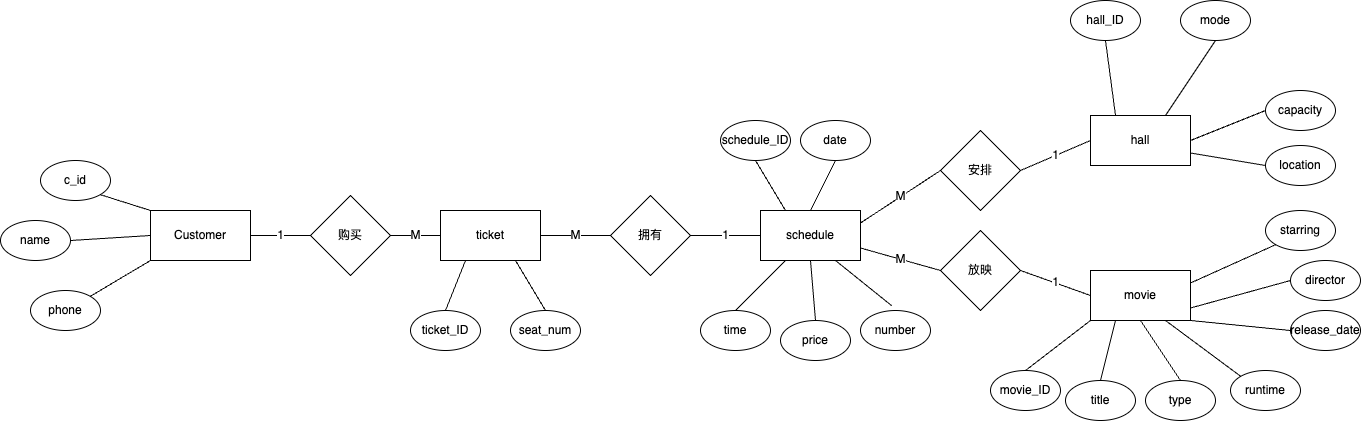
peijunbo/HUSTDB keeps this draw.io diagram as ersolution.png. Above is the earlier version. Source tidied: cells renumbered, new cells last; positions are measured from the earlier drawing's top-left corner, leaving out a move shared by most shapes. Its diagram source:
```xml
<mxGraphModel>
  <root>
    <mxCell id="0" />
    <mxCell id="1" parent="0" />
    <mxCell id="2" value="Customer" style="rounded=0;whiteSpace=wrap;html=1;" parent="1" vertex="1">
      <mxGeometry x="150" y="210" width="100" height="50" as="geometry" />
    </mxCell>
    <mxCell id="3" value="c_id" style="ellipse;whiteSpace=wrap;html=1;" parent="1" vertex="1">
      <mxGeometry x="40" y="160" width="70" height="40" as="geometry" />
    </mxCell>
    <mxCell id="4" value="name" style="ellipse;whiteSpace=wrap;html=1;" parent="1" vertex="1">
      <mxGeometry y="220" width="70" height="40" as="geometry" />
    </mxCell>
    <mxCell id="5" value="phone" style="ellipse;whiteSpace=wrap;html=1;" parent="1" vertex="1">
      <mxGeometry x="30" y="290" width="70" height="40" as="geometry" />
    </mxCell>
    <mxCell id="6" style="endArrow=none;html=1;rounded=0;exitX=1;exitY=1;exitDx=0;exitDy=0;entryX=0;entryY=0;entryDx=0;entryDy=0;" parent="1" edge="1" source="3" target="2">
      <mxGeometry relative="1" as="geometry" />
    </mxCell>
    <mxCell id="7" style="endArrow=none;html=1;rounded=0;exitX=1;exitY=0.5;exitDx=0;exitDy=0;entryX=0;entryY=0.5;entryDx=0;entryDy=0;" parent="1" edge="1" source="4" target="2">
      <mxGeometry relative="1" as="geometry" />
    </mxCell>
    <mxCell id="8" style="endArrow=none;html=1;rounded=0;exitX=1;exitY=0;exitDx=0;exitDy=0;entryX=0;entryY=1;entryDx=0;entryDy=0;" parent="1" edge="1" source="5" target="2">
      <mxGeometry relative="1" as="geometry" />
    </mxCell>
    <mxCell id="9" value="购买" style="rhombus;whiteSpace=wrap;html=1;" parent="1" vertex="1">
      <mxGeometry x="310" y="195" width="80" height="80" as="geometry" />
    </mxCell>
    <mxCell id="10" value="1" style="endArrow=none;html=1;rounded=0;exitX=1;exitY=0.5;exitDx=0;exitDy=0;entryX=0;entryY=0.5;entryDx=0;entryDy=0;" parent="1" edge="1" source="2" target="9">
      <mxGeometry relative="1" as="geometry" />
    </mxCell>
    <mxCell id="11" style="edgeStyle=none;shape=link;rounded=0;orthogonalLoop=1;jettySize=auto;html=1;exitX=1;exitY=1;exitDx=0;exitDy=0;" parent="1" edge="1" source="9" target="9">
      <mxGeometry relative="1" as="geometry" />
    </mxCell>
    <mxCell id="12" value="ticket" style="rounded=0;whiteSpace=wrap;html=1;" parent="1" vertex="1">
      <mxGeometry x="440" y="210" width="100" height="50" as="geometry" />
    </mxCell>
    <mxCell id="13" value="M" style="endArrow=none;html=1;rounded=0;exitX=1;exitY=0.5;exitDx=0;exitDy=0;entryX=0;entryY=0.5;entryDx=0;entryDy=0;" parent="1" edge="1" source="9" target="12">
      <mxGeometry relative="1" as="geometry" />
    </mxCell>
    <mxCell id="14" value="ticket_ID" style="ellipse;whiteSpace=wrap;html=1;" parent="1" vertex="1">
      <mxGeometry x="410" y="310" width="70" height="40" as="geometry" />
    </mxCell>
    <mxCell id="15" style="endArrow=none;html=1;rounded=0;entryX=0.25;entryY=1;entryDx=0;entryDy=0;exitX=0.5;exitY=0;exitDx=0;exitDy=0;" parent="1" edge="1" source="14" target="12">
      <mxGeometry relative="1" as="geometry" />
    </mxCell>
    <mxCell id="16" value="seat_num" style="ellipse;whiteSpace=wrap;html=1;" parent="1" vertex="1">
      <mxGeometry x="510" y="310" width="70" height="40" as="geometry" />
    </mxCell>
    <mxCell id="17" style="endArrow=none;html=1;rounded=0;entryX=0.75;entryY=1;entryDx=0;entryDy=0;exitX=0.5;exitY=0;exitDx=0;exitDy=0;" parent="1" edge="1" source="16" target="12">
      <mxGeometry relative="1" as="geometry" />
    </mxCell>
    <mxCell id="18" style="edgeStyle=none;rounded=0;orthogonalLoop=1;jettySize=auto;html=1;exitX=1;exitY=0.5;exitDx=0;exitDy=0;" parent="1" edge="1">
      <mxGeometry relative="1" as="geometry">
        <mxPoint x="480" y="150" as="sourcePoint" />
        <mxPoint x="480" y="150" as="targetPoint" />
      </mxGeometry>
    </mxCell>
    <mxCell id="19" value="拥有" style="rhombus;whiteSpace=wrap;html=1;" parent="1" vertex="1">
      <mxGeometry x="610" y="195" width="80" height="80" as="geometry" />
    </mxCell>
    <mxCell id="20" value="M" style="endArrow=none;html=1;rounded=0;entryX=0;entryY=0.5;entryDx=0;entryDy=0;exitX=1;exitY=0.5;exitDx=0;exitDy=0;" parent="1" edge="1" source="12" target="19">
      <mxGeometry relative="1" as="geometry" />
    </mxCell>
    <mxCell id="21" value="schedule" style="rounded=0;whiteSpace=wrap;html=1;" parent="1" vertex="1">
      <mxGeometry x="760" y="210" width="100" height="50" as="geometry" />
    </mxCell>
    <mxCell id="22" value="1" style="endArrow=none;html=1;rounded=0;entryX=0;entryY=0.5;entryDx=0;entryDy=0;exitX=1;exitY=0.5;exitDx=0;exitDy=0;" parent="1" edge="1" source="19" target="21">
      <mxGeometry relative="1" as="geometry" />
    </mxCell>
    <mxCell id="23" value="time" style="ellipse;whiteSpace=wrap;html=1;" parent="1" vertex="1">
      <mxGeometry x="700" y="310" width="70" height="40" as="geometry" />
    </mxCell>
    <mxCell id="24" value="price" style="ellipse;whiteSpace=wrap;html=1;" parent="1" vertex="1">
      <mxGeometry x="780" y="320" width="70" height="40" as="geometry" />
    </mxCell>
    <mxCell id="25" value="number" style="ellipse;whiteSpace=wrap;html=1;" parent="1" vertex="1">
      <mxGeometry x="860" y="310" width="70" height="40" as="geometry" />
    </mxCell>
    <mxCell id="26" value="date" style="ellipse;whiteSpace=wrap;html=1;" parent="1" vertex="1">
      <mxGeometry x="800" y="120" width="70" height="40" as="geometry" />
    </mxCell>
    <mxCell id="27" value="schedule_ID" style="ellipse;whiteSpace=wrap;html=1;" parent="1" vertex="1">
      <mxGeometry x="720" y="120" width="70" height="40" as="geometry" />
    </mxCell>
    <mxCell id="28" style="endArrow=none;html=1;rounded=0;entryX=0.5;entryY=1;entryDx=0;entryDy=0;exitX=0.25;exitY=0;exitDx=0;exitDy=0;" parent="1" edge="1" source="21" target="27">
      <mxGeometry relative="1" as="geometry" />
    </mxCell>
    <mxCell id="29" style="endArrow=none;html=1;rounded=0;entryX=0.5;entryY=0;entryDx=0;entryDy=0;exitX=0.5;exitY=1;exitDx=0;exitDy=0;" parent="1" edge="1" source="26" target="21">
      <mxGeometry relative="1" as="geometry" />
    </mxCell>
    <mxCell id="30" style="endArrow=none;html=1;rounded=0;entryX=0.25;entryY=1;entryDx=0;entryDy=0;exitX=0.5;exitY=0;exitDx=0;exitDy=0;" parent="1" edge="1" source="23" target="21">
      <mxGeometry relative="1" as="geometry" />
    </mxCell>
    <mxCell id="31" style="endArrow=none;html=1;rounded=0;entryX=0.5;entryY=1;entryDx=0;entryDy=0;exitX=0.5;exitY=0;exitDx=0;exitDy=0;" parent="1" edge="1" source="24" target="21">
      <mxGeometry relative="1" as="geometry" />
    </mxCell>
    <mxCell id="32" style="endArrow=none;html=1;rounded=0;entryX=0.75;entryY=1;entryDx=0;entryDy=0;exitX=0.445;exitY=-0.121;exitDx=0;exitDy=0;exitPerimeter=0;" parent="1" edge="1" source="25" target="21">
      <mxGeometry relative="1" as="geometry" />
    </mxCell>
    <mxCell id="33" value="hall" style="rounded=0;whiteSpace=wrap;html=1;" parent="1" vertex="1">
      <mxGeometry x="1090" y="115" width="100" height="50" as="geometry" />
    </mxCell>
    <mxCell id="34" value="movie" style="rounded=0;whiteSpace=wrap;html=1;" parent="1" vertex="1">
      <mxGeometry x="1090" y="270" width="100" height="50" as="geometry" />
    </mxCell>
    <mxCell id="35" value="放映" style="rhombus;whiteSpace=wrap;html=1;" parent="1" vertex="1">
      <mxGeometry x="940" y="230" width="80" height="80" as="geometry" />
    </mxCell>
    <mxCell id="36" value="M" style="endArrow=none;html=1;rounded=0;exitX=1;exitY=0.75;exitDx=0;exitDy=0;entryX=0;entryY=0.5;entryDx=0;entryDy=0;" parent="1" edge="1" source="21" target="35">
      <mxGeometry relative="1" as="geometry" />
    </mxCell>
    <mxCell id="37" value="1" style="endArrow=none;html=1;rounded=0;entryX=0;entryY=0.5;entryDx=0;entryDy=0;exitX=1;exitY=0.5;exitDx=0;exitDy=0;" parent="1" edge="1" source="35" target="34">
      <mxGeometry relative="1" as="geometry" />
    </mxCell>
    <mxCell id="38" value="安排" style="rhombus;whiteSpace=wrap;html=1;" parent="1" vertex="1">
      <mxGeometry x="940" y="130" width="80" height="80" as="geometry" />
    </mxCell>
    <mxCell id="39" value="M" style="endArrow=none;html=1;rounded=0;exitX=1;exitY=0.25;exitDx=0;exitDy=0;entryX=0;entryY=0.5;entryDx=0;entryDy=0;" parent="1" edge="1" source="21" target="38">
      <mxGeometry relative="1" as="geometry" />
    </mxCell>
    <mxCell id="40" value="1" style="endArrow=none;html=1;rounded=0;entryX=0;entryY=0.5;entryDx=0;entryDy=0;exitX=1;exitY=0.5;exitDx=0;exitDy=0;" parent="1" edge="1" source="38" target="33">
      <mxGeometry relative="1" as="geometry" />
    </mxCell>
    <mxCell id="41" value="hall_ID" style="ellipse;whiteSpace=wrap;html=1;" parent="1" vertex="1">
      <mxGeometry x="1070" width="70" height="40" as="geometry" />
    </mxCell>
    <mxCell id="42" style="endArrow=none;html=1;rounded=0;entryX=0.25;entryY=0;entryDx=0;entryDy=0;exitX=0.5;exitY=1;exitDx=0;exitDy=0;" parent="1" edge="1" source="41" target="33">
      <mxGeometry relative="1" as="geometry" />
    </mxCell>
    <mxCell id="43" value="mode" style="ellipse;whiteSpace=wrap;html=1;" parent="1" vertex="1">
      <mxGeometry x="1180" width="70" height="40" as="geometry" />
    </mxCell>
    <mxCell id="44" style="endArrow=none;html=1;rounded=0;entryX=0.75;entryY=0;entryDx=0;entryDy=0;exitX=0.5;exitY=1;exitDx=0;exitDy=0;" parent="1" edge="1" source="43" target="33">
      <mxGeometry relative="1" as="geometry" />
    </mxCell>
    <mxCell id="45" value="capacity" style="ellipse;whiteSpace=wrap;html=1;" parent="1" vertex="1">
      <mxGeometry x="1265" y="90" width="70" height="40" as="geometry" />
    </mxCell>
    <mxCell id="46" style="endArrow=none;html=1;rounded=0;entryX=1;entryY=0.5;entryDx=0;entryDy=0;exitX=0;exitY=0.5;exitDx=0;exitDy=0;" parent="1" edge="1" source="45" target="33">
      <mxGeometry relative="1" as="geometry" />
    </mxCell>
    <mxCell id="47" value="location" style="ellipse;whiteSpace=wrap;html=1;" parent="1" vertex="1">
      <mxGeometry x="1265" y="145" width="70" height="40" as="geometry" />
    </mxCell>
    <mxCell id="48" style="endArrow=none;html=1;rounded=0;entryX=1;entryY=0.75;entryDx=0;entryDy=0;exitX=0;exitY=0.5;exitDx=0;exitDy=0;" parent="1" edge="1" source="47" target="33">
      <mxGeometry relative="1" as="geometry" />
    </mxCell>
    <mxCell id="49" value="movie_ID" style="ellipse;whiteSpace=wrap;html=1;" parent="1" vertex="1">
      <mxGeometry x="990" y="370" width="70" height="40" as="geometry" />
    </mxCell>
    <mxCell id="50" style="endArrow=none;html=1;rounded=0;entryX=0;entryY=1;entryDx=0;entryDy=0;exitX=0.5;exitY=0;exitDx=0;exitDy=0;" parent="1" edge="1" source="49" target="34">
      <mxGeometry relative="1" as="geometry" />
    </mxCell>
    <mxCell id="51" value="starring" style="ellipse;whiteSpace=wrap;html=1;" parent="1" vertex="1">
      <mxGeometry x="1265" y="210" width="70" height="40" as="geometry" />
    </mxCell>
    <mxCell id="52" style="endArrow=none;html=1;rounded=0;entryX=1;entryY=0.25;entryDx=0;entryDy=0;exitX=0;exitY=1;exitDx=0;exitDy=0;" parent="1" edge="1" source="51" target="34">
      <mxGeometry relative="1" as="geometry" />
    </mxCell>
    <mxCell id="53" value="director" style="ellipse;whiteSpace=wrap;html=1;" parent="1" vertex="1">
      <mxGeometry x="1290" y="260" width="70" height="40" as="geometry" />
    </mxCell>
    <mxCell id="54" style="endArrow=none;html=1;rounded=0;entryX=1;entryY=0.75;entryDx=0;entryDy=0;exitX=0;exitY=0.5;exitDx=0;exitDy=0;" parent="1" edge="1" source="53" target="34">
      <mxGeometry relative="1" as="geometry" />
    </mxCell>
    <mxCell id="55" value="release_date" style="ellipse;whiteSpace=wrap;html=1;" parent="1" vertex="1">
      <mxGeometry x="1290" y="310" width="70" height="40" as="geometry" />
    </mxCell>
    <mxCell id="56" style="endArrow=none;html=1;rounded=0;entryX=1;entryY=1;entryDx=0;entryDy=0;exitX=0;exitY=0.5;exitDx=0;exitDy=0;" parent="1" edge="1" source="55" target="34">
      <mxGeometry relative="1" as="geometry" />
    </mxCell>
    <mxCell id="57" value="runtime" style="ellipse;whiteSpace=wrap;html=1;" parent="1" vertex="1">
      <mxGeometry x="1230" y="370" width="70" height="40" as="geometry" />
    </mxCell>
    <mxCell id="58" style="endArrow=none;html=1;rounded=0;entryX=0.75;entryY=1;entryDx=0;entryDy=0;exitX=0;exitY=0;exitDx=0;exitDy=0;" parent="1" edge="1" source="57" target="34">
      <mxGeometry relative="1" as="geometry" />
    </mxCell>
    <mxCell id="59" value="type" style="ellipse;whiteSpace=wrap;html=1;" parent="1" vertex="1">
      <mxGeometry x="1145" y="380" width="70" height="40" as="geometry" />
    </mxCell>
    <mxCell id="60" style="endArrow=none;html=1;rounded=0;entryX=0.5;entryY=1;entryDx=0;entryDy=0;exitX=0.5;exitY=0;exitDx=0;exitDy=0;" parent="1" edge="1" source="59" target="34">
      <mxGeometry relative="1" as="geometry" />
    </mxCell>
    <mxCell id="61" value="title" style="ellipse;whiteSpace=wrap;html=1;" parent="1" vertex="1">
      <mxGeometry x="1065" y="380" width="70" height="40" as="geometry" />
    </mxCell>
    <mxCell id="62" style="endArrow=none;html=1;rounded=0;entryX=0.25;entryY=1;entryDx=0;entryDy=0;exitX=0.5;exitY=0;exitDx=0;exitDy=0;" parent="1" edge="1" source="61" target="34">
      <mxGeometry relative="1" as="geometry" />
    </mxCell>
  </root>
</mxGraphModel>
```
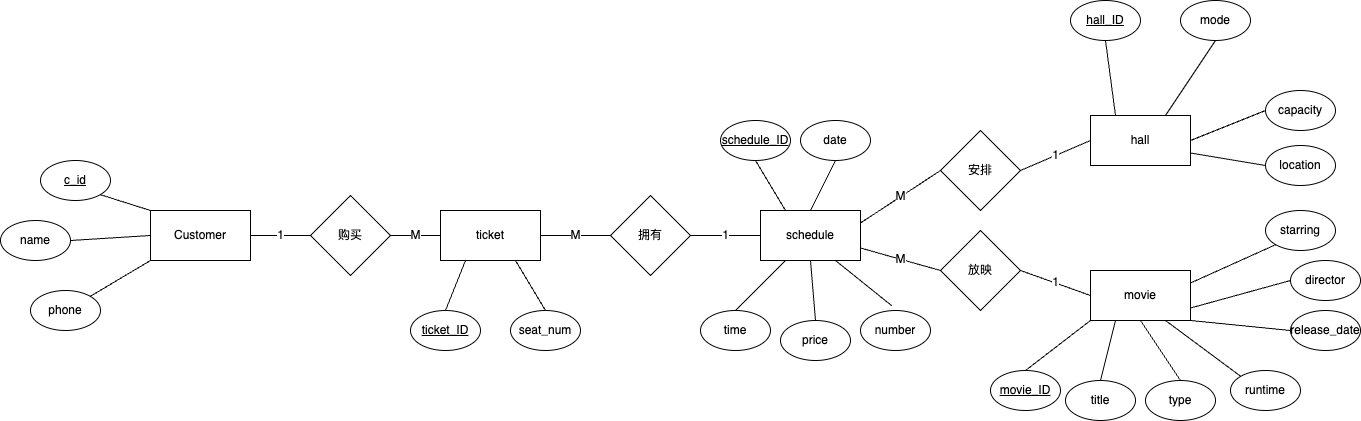
Above is the later version.

Change to the diagram source:
```diff
@@ -5,7 +5,7 @@
     <mxCell id="2" value="Customer" style="rounded=0;whiteSpace=wrap;html=1;" parent="1" vertex="1">
       <mxGeometry x="150" y="210" width="100" height="50" as="geometry" />
     </mxCell>
-    <mxCell id="3" value="c_id" style="ellipse;whiteSpace=wrap;html=1;" parent="1" vertex="1">
+    <mxCell id="3" value="&lt;u&gt;c_id&lt;/u&gt;" style="ellipse;whiteSpace=wrap;html=1;" parent="1" vertex="1">
       <mxGeometry x="40" y="160" width="70" height="40" as="geometry" />
     </mxCell>
     <mxCell id="4" value="name" style="ellipse;whiteSpace=wrap;html=1;" parent="1" vertex="1">
@@ -38,7 +38,7 @@
     <mxCell id="13" value="M" style="endArrow=none;html=1;rounded=0;exitX=1;exitY=0.5;exitDx=0;exitDy=0;entryX=0;entryY=0.5;entryDx=0;entryDy=0;" parent="1" edge="1" source="9" target="12">
       <mxGeometry relative="1" as="geometry" />
     </mxCell>
-    <mxCell id="14" value="ticket_ID" style="ellipse;whiteSpace=wrap;html=1;" parent="1" vertex="1">
+    <mxCell id="14" value="&lt;u&gt;ticket_ID&lt;/u&gt;" style="ellipse;whiteSpace=wrap;html=1;" parent="1" vertex="1">
       <mxGeometry x="410" y="310" width="70" height="40" as="geometry" />
     </mxCell>
     <mxCell id="15" style="endArrow=none;html=1;rounded=0;entryX=0.25;entryY=1;entryDx=0;entryDy=0;exitX=0.5;exitY=0;exitDx=0;exitDy=0;" parent="1" edge="1" source="14" target="12">
@@ -80,7 +80,7 @@
     <mxCell id="26" value="date" style="ellipse;whiteSpace=wrap;html=1;" parent="1" vertex="1">
       <mxGeometry x="800" y="120" width="70" height="40" as="geometry" />
     </mxCell>
-    <mxCell id="27" value="schedule_ID" style="ellipse;whiteSpace=wrap;html=1;" parent="1" vertex="1">
+    <mxCell id="27" value="&lt;u&gt;schedule_ID&lt;/u&gt;" style="ellipse;whiteSpace=wrap;html=1;" parent="1" vertex="1">
       <mxGeometry x="720" y="120" width="70" height="40" as="geometry" />
     </mxCell>
     <mxCell id="28" style="endArrow=none;html=1;rounded=0;entryX=0.5;entryY=1;entryDx=0;entryDy=0;exitX=0.25;exitY=0;exitDx=0;exitDy=0;" parent="1" edge="1" source="21" target="27">
@@ -122,7 +122,7 @@
     <mxCell id="40" value="1" style="endArrow=none;html=1;rounded=0;entryX=0;entryY=0.5;entryDx=0;entryDy=0;exitX=1;exitY=0.5;exitDx=0;exitDy=0;" parent="1" edge="1" source="38" target="33">
       <mxGeometry relative="1" as="geometry" />
     </mxCell>
-    <mxCell id="41" value="hall_ID" style="ellipse;whiteSpace=wrap;html=1;" parent="1" vertex="1">
+    <mxCell id="41" value="&lt;u&gt;hall_ID&lt;/u&gt;" style="ellipse;whiteSpace=wrap;html=1;" parent="1" vertex="1">
       <mxGeometry x="1070" width="70" height="40" as="geometry" />
     </mxCell>
     <mxCell id="42" style="endArrow=none;html=1;rounded=0;entryX=0.25;entryY=0;entryDx=0;entryDy=0;exitX=0.5;exitY=1;exitDx=0;exitDy=0;" parent="1" edge="1" source="41" target="33">
@@ -146,7 +146,7 @@
     <mxCell id="48" style="endArrow=none;html=1;rounded=0;entryX=1;entryY=0.75;entryDx=0;entryDy=0;exitX=0;exitY=0.5;exitDx=0;exitDy=0;" parent="1" edge="1" source="47" target="33">
       <mxGeometry relative="1" as="geometry" />
     </mxCell>
-    <mxCell id="49" value="movie_ID" style="ellipse;whiteSpace=wrap;html=1;" parent="1" vertex="1">
+    <mxCell id="49" value="&lt;u&gt;movie_ID&lt;/u&gt;" style="ellipse;whiteSpace=wrap;html=1;" parent="1" vertex="1">
       <mxGeometry x="990" y="370" width="70" height="40" as="geometry" />
     </mxCell>
     <mxCell id="50" style="endArrow=none;html=1;rounded=0;entryX=0;entryY=1;entryDx=0;entryDy=0;exitX=0.5;exitY=0;exitDx=0;exitDy=0;" parent="1" edge="1" source="49" target="34">
```
